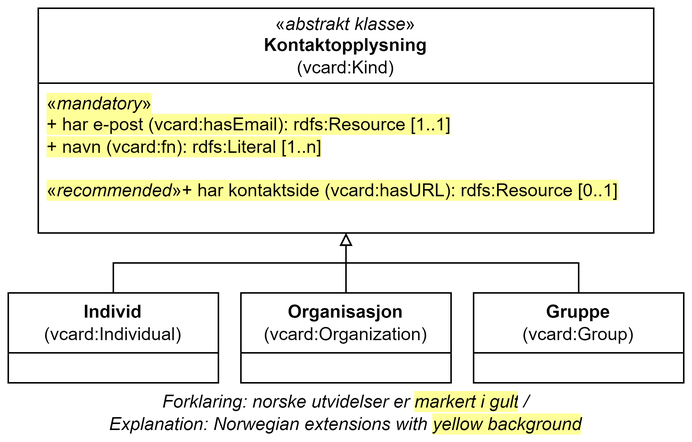
This is docs/images/Klassen-Kontaktopplysning.png from Informasjonsforvaltning/dcat-ap-no, a draw.io export, as it was before one commit. Source tidied: cells renumbered, new cells last; positions are measured from the earlier drawing's top-left corner, leaving out a move shared by most shapes.
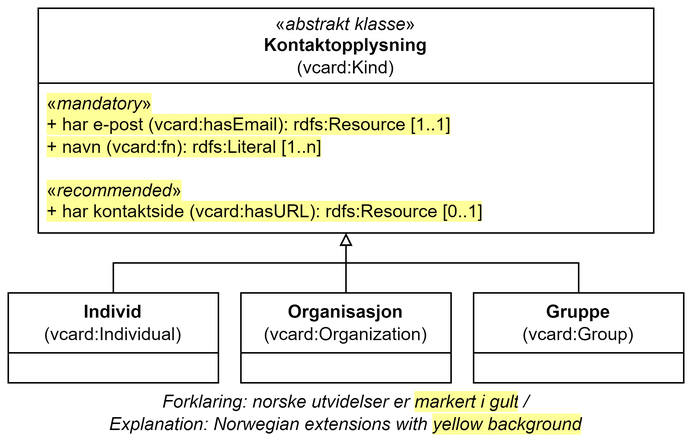
The same diagram one commit later.

What changed in the source:
```diff
@@ -5,7 +5,7 @@
     <mxCell id="2" value="&lt;span style=&quot;font-weight: normal;&quot;&gt;«&lt;i&gt;abstrakt klasse&lt;/i&gt;»&lt;/span&gt;&lt;br&gt;&lt;div&gt;Kontaktopplysning&lt;/div&gt;&lt;div&gt;&lt;span style=&quot;font-weight: normal;&quot;&gt;(vcard:Kind)&lt;/span&gt;&lt;/div&gt;" style="swimlane;whiteSpace=wrap;html=1;startSize=50;" parent="1" vertex="1">
       <mxGeometry x="20" width="410" height="150" as="geometry" />
     </mxCell>
-    <mxCell id="3" value="&lt;span style=&quot;background-color: rgb(255, 255, 153);&quot;&gt;«&lt;i&gt;mandatory&lt;/i&gt;»&lt;br&gt;&lt;/span&gt;&lt;div&gt;&lt;span style=&quot;background-color: rgb(255, 255, 153);&quot;&gt;+ har e-post (vcard:hasEmail):&amp;nbsp;&lt;/span&gt;&lt;span style=&quot;background-color: rgb(255, 255, 153);&quot;&gt;rdfs:Resource&lt;/span&gt;&lt;span style=&quot;background-color: rgb(255, 255, 153);&quot;&gt;&amp;nbsp;[1..1]&lt;/span&gt;&lt;/div&gt;&lt;span style=&quot;background-color: rgb(255, 255, 153);&quot;&gt;+ navn (vcard:fn): rdfs:Literal [1..n]&lt;br&gt;&lt;/span&gt;&lt;div&gt;&lt;div&gt;&lt;br&gt;&lt;/div&gt;&lt;/div&gt;&lt;div&gt;&lt;span style=&quot;background-color: rgb(255, 255, 153);&quot;&gt;«&lt;i&gt;recommended&lt;/i&gt;»&lt;/span&gt;&lt;span style=&quot;background-color: rgb(255, 255, 153);&quot;&gt;+ har kontaktside (vcard:hasURL): rdfs:Resource [0..1]&lt;/span&gt;&lt;span style=&quot;background-color: rgb(255, 255, 153);&quot;&gt;&lt;br&gt;&lt;/span&gt;&lt;/div&gt;&lt;div&gt;&lt;br&gt;&lt;/div&gt;" style="text;strokeColor=none;fillColor=none;align=left;verticalAlign=top;spacingLeft=4;spacingRight=4;overflow=hidden;whiteSpace=wrap;html=1;" parent="2" vertex="1">
+    <mxCell id="3" value="&lt;span style=&quot;background-color: rgb(255, 255, 153);&quot;&gt;«&lt;i&gt;mandatory&lt;/i&gt;»&lt;br&gt;&lt;/span&gt;&lt;div&gt;&lt;span style=&quot;background-color: rgb(255, 255, 153);&quot;&gt;+ har e-post (vcard:hasEmail):&amp;nbsp;&lt;/span&gt;&lt;span style=&quot;background-color: rgb(255, 255, 153);&quot;&gt;rdfs:Resource&lt;/span&gt;&lt;span style=&quot;background-color: rgb(255, 255, 153);&quot;&gt;&amp;nbsp;[1..1]&lt;/span&gt;&lt;/div&gt;&lt;span style=&quot;background-color: rgb(255, 255, 153);&quot;&gt;+ navn (vcard:fn): rdfs:Literal [1..n]&lt;br&gt;&lt;/span&gt;&lt;div&gt;&lt;div&gt;&lt;br&gt;&lt;/div&gt;&lt;/div&gt;&lt;div&gt;&lt;span style=&quot;background-color: rgb(255, 255, 153);&quot;&gt;«&lt;i&gt;recommended&lt;/i&gt;»&lt;/span&gt;&lt;/div&gt;&lt;div&gt;&lt;span style=&quot;background-color: rgb(255, 255, 153);&quot;&gt;+ har kontaktside (vcard:hasURL): rdfs:Resource [0..1]&lt;/span&gt;&lt;span style=&quot;background-color: rgb(255, 255, 153);&quot;&gt;&lt;br&gt;&lt;/span&gt;&lt;/div&gt;&lt;div&gt;&lt;br&gt;&lt;/div&gt;" style="text;strokeColor=none;fillColor=none;align=left;verticalAlign=top;spacingLeft=4;spacingRight=4;overflow=hidden;whiteSpace=wrap;html=1;" parent="2" vertex="1">
       <mxGeometry y="50" width="400" height="100" as="geometry" />
     </mxCell>
     <mxCell id="4" value="Individ&lt;br&gt;&lt;span style=&quot;font-weight: normal;&quot;&gt;(vcard:Individual&lt;span style=&quot;background-color: initial;&quot;&gt;)&lt;/span&gt;&lt;/span&gt;" style="swimlane;whiteSpace=wrap;html=1;startSize=40;" parent="1" vertex="1">
```
